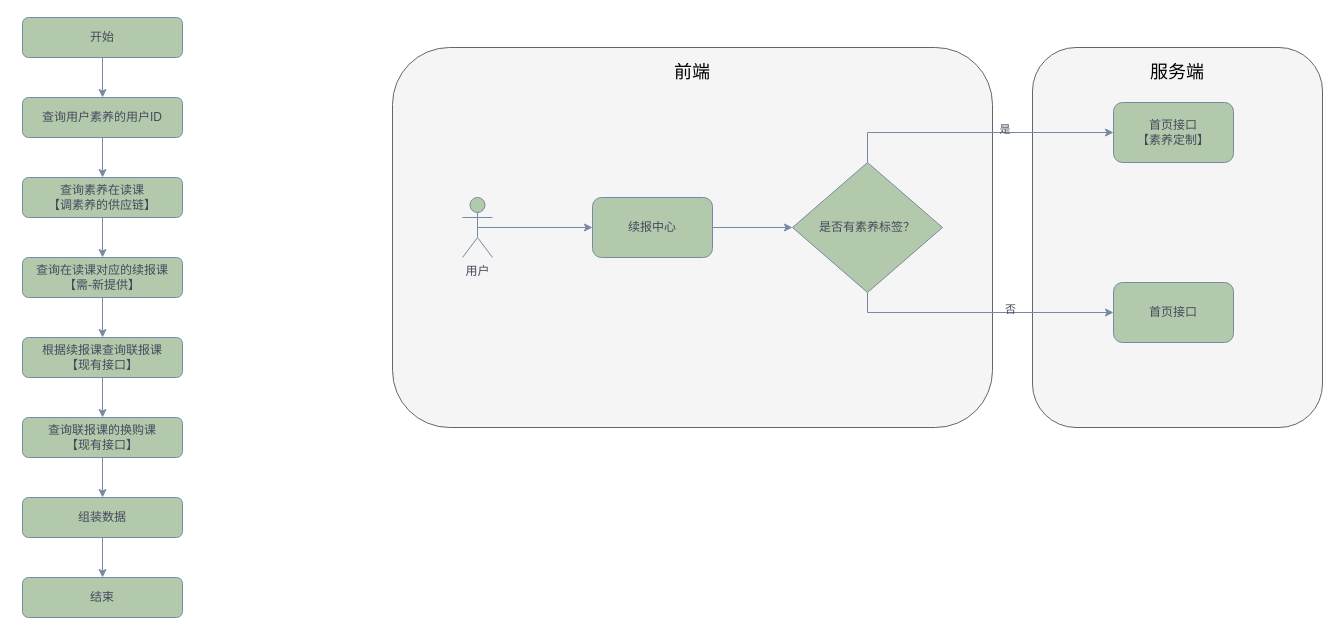
The draw.io diagram xiwang/幼升小.drawio in LanSeTianYe/draw, before the edit. Source tidied: cells renumbered, new cells numbered last; positions are measured from the earlier drawing's top-left corner, leaving out a move shared by most shapes. Both pictures are drawn from the tidied source at 100%, with x=0, y=0 at pixel (22, 17).
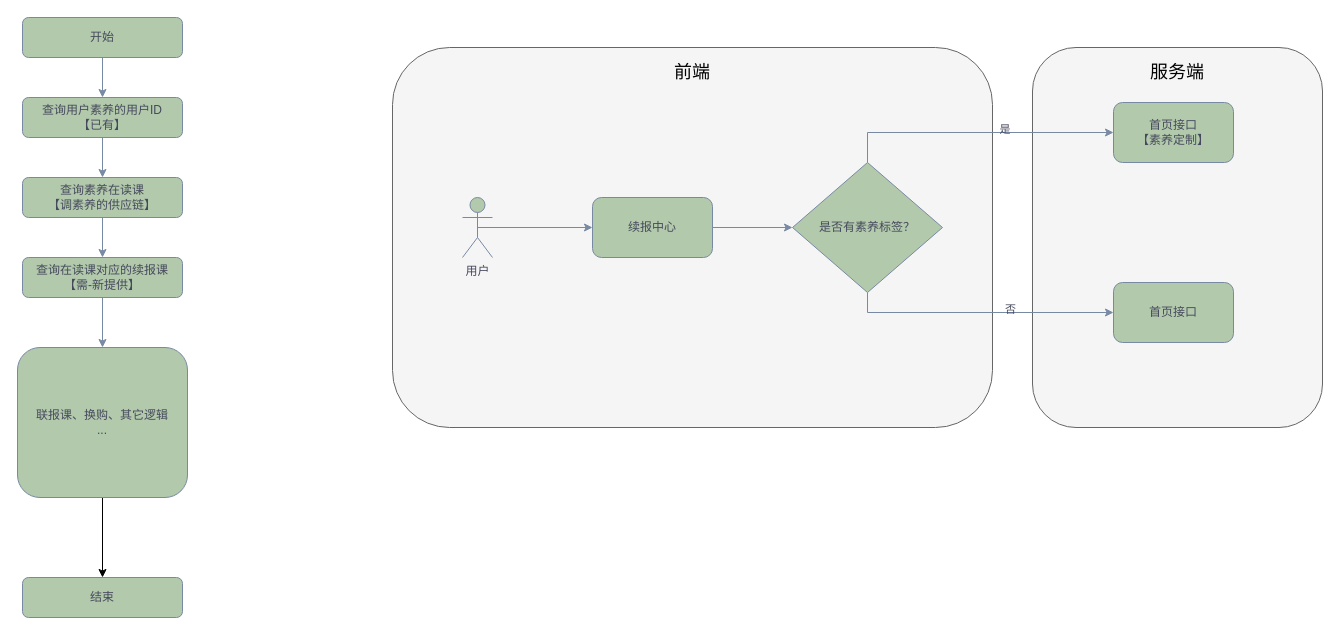
Above is the later version.

Commit message:
更新幼升小.drawio

Unchanged cells that the change refers to:
```xml
<mxCell id="18" value="结束" style="rounded=1;whiteSpace=wrap;html=1;labelBackgroundColor=none;fillColor=#B2C9AB;strokeColor=#788AA3;fontColor=#46495D;" parent="1" vertex="1">
  <mxGeometry y="560" width="160" height="40" as="geometry" />
</mxCell>
```

The edit, as a diff of the source:
```diff
@@
-    <mxCell id="7" value="查询用户素养的用户ID" style="rounded=1;whiteSpace=wrap;html=1;labelBackgroundColor=none;fillColor=#B2C9AB;strokeColor=#788AA3;fontColor=#46495D;" parent="1" vertex="1">
+    <mxCell id="7" value="查询用户素养的用户ID&lt;div&gt;【已有】&lt;/div&gt;" style="rounded=1;whiteSpace=wrap;html=1;labelBackgroundColor=none;fillColor=#B2C9AB;strokeColor=#788AA3;fontColor=#46495D;" parent="1" vertex="1">
       <mxGeometry y="80" width="160" height="40" as="geometry" />
     </mxCell>
@@
-    <mxCell id="12" style="edgeStyle=orthogonalEdgeStyle;rounded=0;jettySize=auto;html=1;exitX=0.5;exitY=1;exitDx=0;exitDy=0;entryX=0.5;entryY=0;entryDx=0;entryDy=0;labelBackgroundColor=none;strokeColor=#788AA3;fontColor=default;" parent="1" edge="1" source="13" target="15">
-      <mxGeometry relative="1" as="geometry" />
-    </mxCell>
+    <mxCell id="32" style="edgeStyle=orthogonalEdgeStyle;rounded=0;jettySize=auto;html=1;exitX=0.5;exitY=1;exitDx=0;exitDy=0;" parent="1" edge="1" source="13" target="18">
+      <mxGeometry relative="1" as="geometry" />
+    </mxCell>
-    <mxCell id="13" value="根据续报课查询联报课&lt;br&gt;&lt;div&gt;【现有接口】&lt;/div&gt;" style="rounded=1;whiteSpace=wrap;html=1;labelBackgroundColor=none;fillColor=#B2C9AB;strokeColor=#788AA3;fontColor=#46495D;" parent="1" vertex="1">
-      <mxGeometry y="320" width="160" height="40" as="geometry" />
+    <mxCell id="13" value="联报课、换购、其它逻辑&lt;div&gt;...&lt;/div&gt;" style="rounded=1;whiteSpace=wrap;html=1;labelBackgroundColor=none;fillColor=#B2C9AB;strokeColor=#788AA3;fontColor=#46495D;" parent="1" vertex="1">
+      <mxGeometry x="-5" y="330" width="170" height="150" as="geometry" />
     </mxCell>
-    <mxCell id="14" style="edgeStyle=orthogonalEdgeStyle;rounded=0;jettySize=auto;html=1;exitX=0.5;exitY=1;exitDx=0;exitDy=0;labelBackgroundColor=none;strokeColor=#788AA3;fontColor=default;" parent="1" edge="1" source="15" target="17">
-      <mxGeometry relative="1" as="geometry" />
-    </mxCell>
-    <mxCell id="15" value="查询联报课的换购课&lt;div&gt;【现有接口】&lt;/div&gt;" style="rounded=1;whiteSpace=wrap;html=1;labelBackgroundColor=none;fillColor=#B2C9AB;strokeColor=#788AA3;fontColor=#46495D;" parent="1" vertex="1">
-      <mxGeometry y="400" width="160" height="40" as="geometry" />
-    </mxCell>
-    <mxCell id="16" style="edgeStyle=orthogonalEdgeStyle;rounded=0;jettySize=auto;html=1;exitX=0.5;exitY=1;exitDx=0;exitDy=0;entryX=0.5;entryY=0;entryDx=0;entryDy=0;labelBackgroundColor=none;strokeColor=#788AA3;fontColor=default;" parent="1" edge="1" source="17" target="18">
-      <mxGeometry relative="1" as="geometry" />
-    </mxCell>
-    <mxCell id="17" value="组装数据" style="rounded=1;whiteSpace=wrap;html=1;labelBackgroundColor=none;fillColor=#B2C9AB;strokeColor=#788AA3;fontColor=#46495D;" parent="1" vertex="1">
-      <mxGeometry y="480" width="160" height="40" as="geometry" />
-    </mxCell>
```
